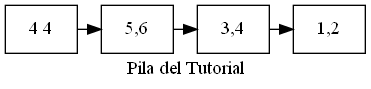
Above: Fase 1/PilaTutorial.png in EdgarAlvarez-ROL/-EDD_2S-BatallaNaval_202001144 (Graphviz), before the change. Its source is kept beside it as Fase 1/PilaTutorial.dot.
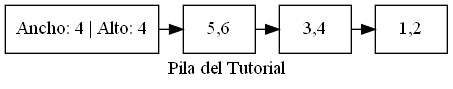
The same diagram one commit later.

Change to the diagram source:
```diff
@@ -1,12 +1,12 @@
 digraph G {
 label="Pila del Tutorial";
 node [shape=box];
-P1nodoZ[label="4 4"];
+P1Cabeza[label="Ancho: 4 | Alto: 4"];
 Ptuto0[label="5,6"];
 Ptuto1[label="3,4"];
 Ptuto2[label="1,2"];
 {rank=same;
-P1nodoZ->Ptuto0->Ptuto1->Ptuto2
+P1Cabeza->Ptuto0->Ptuto1->Ptuto2
 
 }
 }
```
